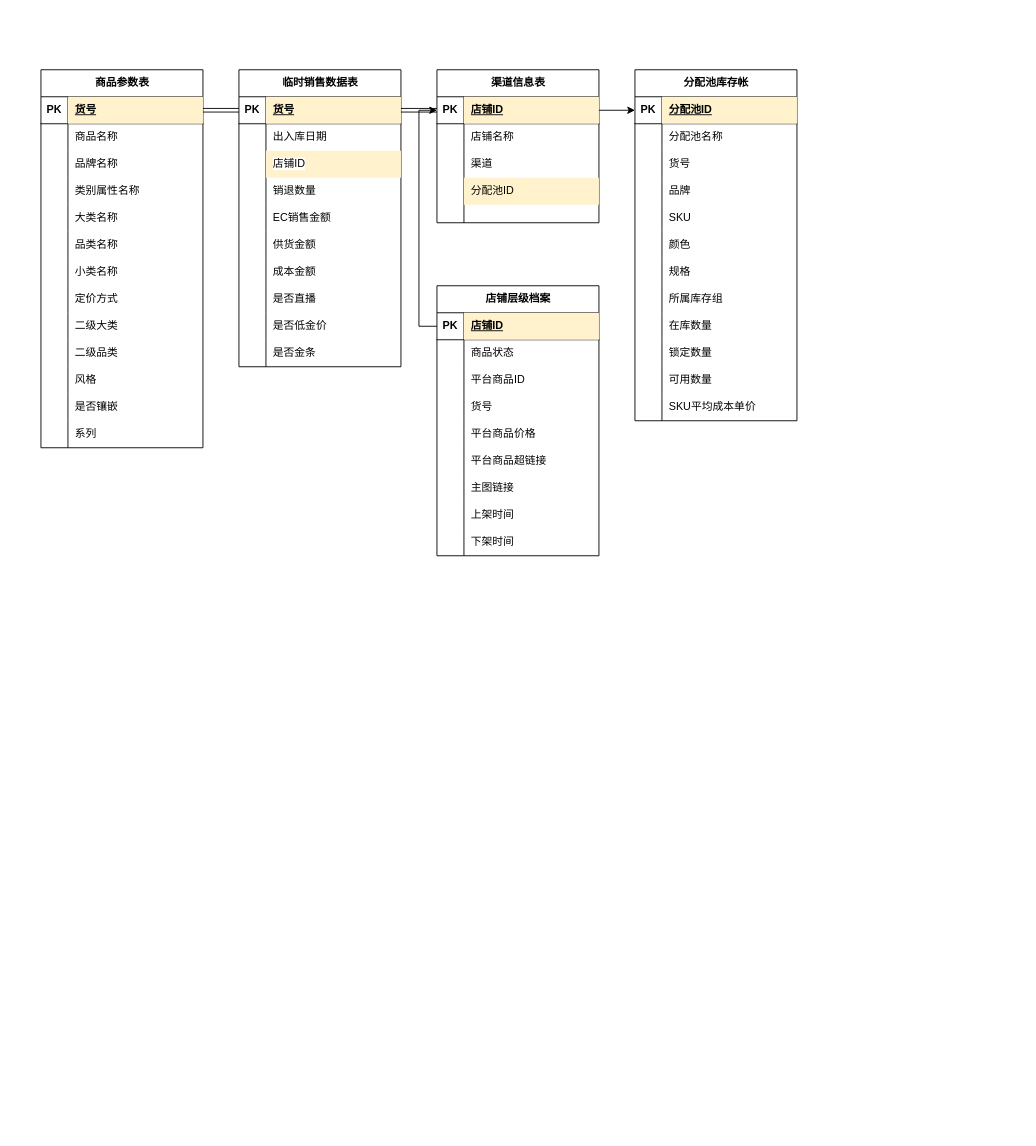
1096372647/my-project keeps this draw.io diagram as 销售库存模型.drawio. Above is the earlier version. Source tidied: cells renumbered, new cells numbered last; positions are measured from the earlier drawing's top-left corner, leaving out a move shared by most shapes. Both pictures are drawn from the tidied source at 90%, with x=0, y=0 at pixel (40, 69).
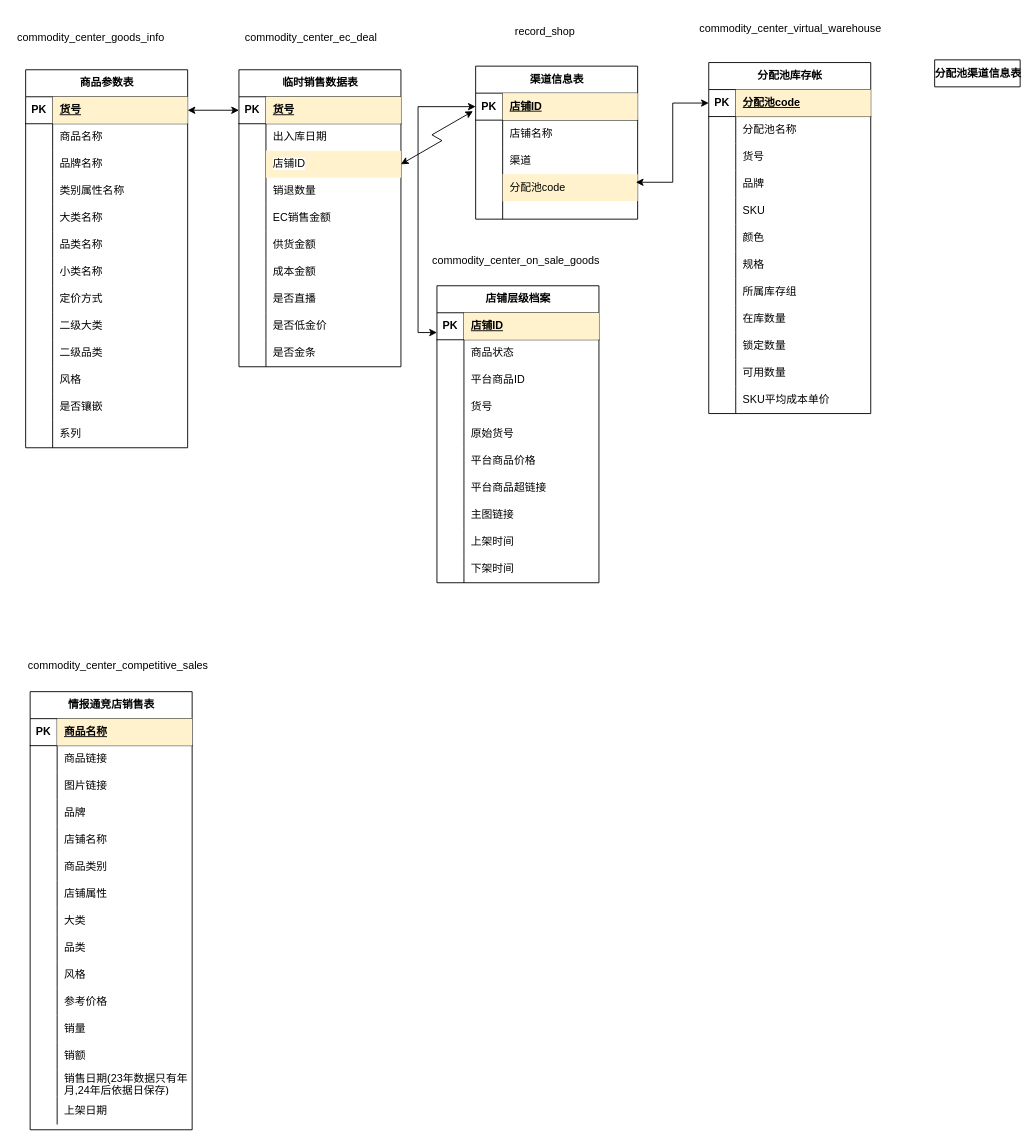
The same diagram, later.

Commit message:
更新销售库存模型.drawio

Unchanged cells that the change refers to:
```xml
<mxCell id="3" style="shape=tableRow;horizontal=0;startSize=0;swimlaneHead=0;swimlaneBody=0;fillColor=none;points=[[0,0.5],[1,0.5]];portConstraint=eastwest;top=0;left=0;right=0;bottom=1;" parent="2" vertex="1">
  <mxGeometry y="30" width="180" height="30" as="geometry" />
</mxCell>
<mxCell id="9" style="shape=tableRow;horizontal=0;startSize=0;swimlaneHead=0;swimlaneBody=0;fillColor=none;points=[[0,0.5],[1,0.5]];portConstraint=eastwest;top=0;left=0;right=0;bottom=0;" parent="2" vertex="1">
  <mxGeometry y="90" width="180" height="30" as="geometry" />
</mxCell>
<mxCell id="34" style="shape=tableRow;horizontal=0;startSize=0;swimlaneHead=0;swimlaneBody=0;fillColor=none;points=[[0,0.5],[1,0.5]];portConstraint=eastwest;top=0;left=0;right=0;bottom=1;" parent="33" vertex="1">
  <mxGeometry y="30" width="180" height="30" as="geometry" />
</mxCell>
<mxCell id="71" style="shape=tableRow;horizontal=0;startSize=0;swimlaneHead=0;swimlaneBody=0;fillColor=none;points=[[0,0.5],[1,0.5]];portConstraint=eastwest;top=0;left=0;right=0;bottom=1;" parent="70" vertex="1">
  <mxGeometry y="30" width="180" height="30" as="geometry" />
</mxCell>
<mxCell id="80" style="shape=tableRow;horizontal=0;startSize=0;swimlaneHead=0;swimlaneBody=0;fillColor=none;points=[[0,0.5],[1,0.5]];portConstraint=eastwest;top=0;left=0;right=0;bottom=0;" parent="70" vertex="1">
  <mxGeometry y="120" width="180" height="30" as="geometry" />
</mxCell>
<mxCell id="87" style="shape=tableRow;horizontal=0;startSize=0;swimlaneHead=0;swimlaneBody=0;fillColor=none;points=[[0,0.5],[1,0.5]];portConstraint=eastwest;top=0;left=0;right=0;bottom=1;" parent="86" vertex="1">
  <mxGeometry y="30" width="180" height="30" as="geometry" />
</mxCell>
<mxCell id="128" style="shape=tableRow;horizontal=0;startSize=0;swimlaneHead=0;swimlaneBody=0;fillColor=none;points=[[0,0.5],[1,0.5]];portConstraint=eastwest;top=0;left=0;right=0;bottom=1;" parent="127" vertex="1">
  <mxGeometry y="30" width="180" height="30" as="geometry" />
</mxCell>
```

What changed in the source:
```diff
@@
     <mxCell id="33" value="分配池库存帐" style="shape=table;startSize=30;childLayout=tableLayout;rowLines=0;fontStyle=1;align=center;html=1;" parent="1" vertex="1">
-      <mxGeometry x="660" width="180" height="390" as="geometry" />
+      <mxGeometry x="742" y="-8" width="180" height="390" as="geometry" />
     </mxCell>
@@
-    <mxCell id="36" value="分配池ID" style="shape=partialRectangle;fillColor=#fff2cc;top=0;left=0;bottom=0;right=0;align=left;spacingLeft=6;fontStyle=5;overflow=hidden;whiteSpace=wrap;html=1;strokeColor=#d6b656;" parent="34" vertex="1">
+    <mxCell id="36" value="分配池code" style="shape=partialRectangle;fillColor=#fff2cc;top=0;left=0;bottom=0;right=0;align=left;spacingLeft=6;fontStyle=5;overflow=hidden;whiteSpace=wrap;html=1;strokeColor=#d6b656;" parent="34" vertex="1">
       <mxGeometry x="30" width="150" height="30" as="geometry" />
     </mxCell>
@@
     <mxCell id="70" value="渠道信息表" style="shape=table;startSize=30;childLayout=tableLayout;rowLines=0;fontStyle=1;align=center;html=1;" parent="1" vertex="1">
-      <mxGeometry x="440" width="180" height="170" as="geometry" />
+      <mxGeometry x="483" y="-4" width="180" height="170" as="geometry" />
     </mxCell>
@@
-    <mxCell id="82" value="分配池ID" style="shape=partialRectangle;fillColor=#fff2cc;top=0;left=0;bottom=0;right=0;align=left;spacingLeft=6;overflow=hidden;whiteSpace=wrap;html=1;strokeColor=#d6b656;" parent="80" vertex="1">
+    <mxCell id="82" value="分配池code" style="shape=partialRectangle;fillColor=#fff2cc;top=0;left=0;bottom=0;right=0;align=left;spacingLeft=6;overflow=hidden;whiteSpace=wrap;html=1;strokeColor=#d6b656;" parent="80" vertex="1">
       <mxGeometry x="30" width="150" height="30" as="geometry" />
     </mxCell>
@@
     <mxCell id="86" value="商品参数表" style="shape=table;startSize=30;childLayout=tableLayout;rowLines=0;fontStyle=1;align=center;html=1;" parent="1" vertex="1">
-      <mxGeometry width="180" height="420" as="geometry" />
+      <mxGeometry x="-17" width="180" height="420" as="geometry" />
     </mxCell>
@@
     <mxCell id="127" value="店铺层级档案" style="shape=table;startSize=30;childLayout=tableLayout;rowLines=0;fontStyle=1;align=center;html=1;" parent="1" vertex="1">
-      <mxGeometry x="440" y="240" width="180" height="300" as="geometry" />
+      <mxGeometry x="440" y="240" width="180" height="330" as="geometry" />
     </mxCell>
@@
+    <mxCell id="159" style="shape=tableRow;horizontal=0;startSize=0;swimlaneHead=0;swimlaneBody=0;fillColor=none;top=0;left=0;right=0;bottom=0;" parent="127" vertex="1">
+      <mxGeometry y="150" width="180" height="30" as="geometry" />
+    </mxCell>
+    <mxCell id="160" style="shape=partialRectangle;fillColor=none;top=0;left=0;bottom=0;right=0;overflow=hidden;whiteSpace=wrap;html=1;" parent="159" vertex="1">
+      <mxGeometry width="30" height="30" as="geometry" />
+    </mxCell>
+    <mxCell id="161" value="原始货号" style="shape=partialRectangle;fillColor=none;top=0;left=0;bottom=0;right=0;align=left;spacingLeft=6;overflow=hidden;whiteSpace=wrap;html=1;" parent="159" vertex="1">
+      <mxGeometry x="30" width="150" height="30" as="geometry" />
+    </mxCell>
     <mxCell id="140" style="shape=tableRow;horizontal=0;startSize=0;swimlaneHead=0;swimlaneBody=0;fillColor=none;top=0;left=0;right=0;bottom=0;" parent="127" vertex="1">
-      <mxGeometry y="150" width="180" height="30" as="geometry" />
+      <mxGeometry y="180" width="180" height="30" as="geometry" />
     </mxCell>
@@
     <mxCell id="143" style="shape=tableRow;horizontal=0;startSize=0;swimlaneHead=0;swimlaneBody=0;fillColor=none;top=0;left=0;right=0;bottom=0;" parent="127" vertex="1">
-      <mxGeometry y="180" width="180" height="30" as="geometry" />
+      <mxGeometry y="210" width="180" height="30" as="geometry" />
     </mxCell>
@@
     <mxCell id="146" style="shape=tableRow;horizontal=0;startSize=0;swimlaneHead=0;swimlaneBody=0;fillColor=none;top=0;left=0;right=0;bottom=0;" parent="127" vertex="1">
-      <mxGeometry y="210" width="180" height="30" as="geometry" />
+      <mxGeometry y="240" width="180" height="30" as="geometry" />
     </mxCell>
@@
     <mxCell id="149" style="shape=tableRow;horizontal=0;startSize=0;swimlaneHead=0;swimlaneBody=0;fillColor=none;top=0;left=0;right=0;bottom=0;" parent="127" vertex="1">
-      <mxGeometry y="240" width="180" height="30" as="geometry" />
+      <mxGeometry y="270" width="180" height="30" as="geometry" />
     </mxCell>
@@
     <mxCell id="152" style="shape=tableRow;horizontal=0;startSize=0;swimlaneHead=0;swimlaneBody=0;fillColor=none;top=0;left=0;right=0;bottom=0;" parent="127" vertex="1">
-      <mxGeometry y="270" width="180" height="30" as="geometry" />
+      <mxGeometry y="300" width="180" height="30" as="geometry" />
     </mxCell>
@@
+    <mxCell id="162" style="endArrow=classic;startArrow=classic;html=1;rounded=0;exitX=1;exitY=0.5;exitDx=0;exitDy=0;edgeStyle=isometricEdgeStyle;" parent="1" edge="1" source="9">
+      <mxGeometry relative="1" as="geometry">
+        <mxPoint x="480" y="46" as="targetPoint" />
+      </mxGeometry>
+    </mxCell>
-    <mxCell id="155" style="rounded=0;jettySize=auto;html=1;exitX=0;exitY=0.5;exitDx=0;exitDy=0;entryX=0;entryY=0.5;entryDx=0;entryDy=0;edgeStyle=orthogonalEdgeStyle;" parent="1" edge="1" source="128" target="71">
-      <mxGeometry relative="1" as="geometry" />
+    <mxCell id="155" style="endArrow=classic;startArrow=classic;html=1;rounded=0;exitX=0;exitY=0.733;exitDx=0;exitDy=0;exitPerimeter=0;entryX=0;entryY=0.5;entryDx=0;entryDy=0;edgeStyle=orthogonalEdgeStyle;" parent="1" edge="1" source="128" target="71">
+      <mxGeometry relative="1" as="geometry">
+        <Array as="points">
+          <mxPoint x="419" y="292" />
+          <mxPoint x="419" y="41" />
+        </Array>
+      </mxGeometry>
     </mxCell>
-    <mxCell id="156" style="edgeStyle=orthogonalEdgeStyle;rounded=0;jettySize=auto;html=1;exitX=1;exitY=0.5;exitDx=0;exitDy=0;entryX=0;entryY=0.5;entryDx=0;entryDy=0;shape=link;" parent="1" edge="1" source="87" target="3">
+    <mxCell id="156" style="endArrow=classic;startArrow=classic;html=1;rounded=0;exitX=1;exitY=0.5;exitDx=0;exitDy=0;entryX=0;entryY=0.5;entryDx=0;entryDy=0;" parent="1" edge="1" source="87" target="3">
       <mxGeometry relative="1" as="geometry" />
     </mxCell>
-    <mxCell id="157" style="edgeStyle=orthogonalEdgeStyle;rounded=0;jettySize=auto;html=1;exitX=1;exitY=0.5;exitDx=0;exitDy=0;shape=link;" parent="1" edge="1" source="3">
-      <mxGeometry relative="1" as="geometry">
-        <mxPoint x="440" y="45" as="targetPoint" />
-      </mxGeometry>
-    </mxCell>
-    <mxCell id="158" style="edgeStyle=orthogonalEdgeStyle;rounded=0;jettySize=auto;html=1;exitX=1;exitY=0.5;exitDx=0;exitDy=0;" parent="1" edge="1" source="71" target="34">
-      <mxGeometry relative="1" as="geometry" />
-    </mxCell>
+    <mxCell id="163" value="分配池渠道信息表" style="shape=table;startSize=30;childLayout=tableLayout;rowLines=0;fontStyle=1;align=center;html=1;" parent="1" vertex="1" collapsed="1">
+      <mxGeometry x="993" y="-11" width="95" height="30" as="geometry" />
+    </mxCell>
+    <mxCell id="164" style="endArrow=classic;startArrow=classic;html=1;rounded=0;exitX=0;exitY=0.5;exitDx=0;exitDy=0;entryX=0.989;entryY=0.3;entryDx=0;entryDy=0;edgeStyle=elbowEdgeStyle;entryPerimeter=0;" parent="1" edge="1" source="34" target="80">
+      <mxGeometry relative="1" as="geometry" />
+    </mxCell>
+    <mxCell id="165" value="情报通竞店销售表" style="shape=table;startSize=30;childLayout=tableLayout;rowLines=0;fontStyle=1;align=center;html=1;fillColor=default;" parent="1" vertex="1">
+      <mxGeometry x="-12" y="691" width="180" height="486.8" as="geometry" />
+    </mxCell>
+    <mxCell id="166" style="shape=tableRow;horizontal=0;startSize=0;swimlaneHead=0;swimlaneBody=0;fillColor=none;top=0;left=0;right=0;bottom=1;" parent="165" vertex="1">
+      <mxGeometry y="30" width="180" height="30" as="geometry" />
+    </mxCell>
+    <mxCell id="167" value="PK" style="shape=partialRectangle;fillColor=none;top=0;left=0;bottom=0;right=0;fontStyle=1;overflow=hidden;whiteSpace=wrap;html=1;" parent="166" vertex="1">
+      <mxGeometry width="30" height="30" as="geometry" />
+    </mxCell>
+    <mxCell id="168" value="商品名称" style="shape=partialRectangle;fillColor=#fff2cc;top=0;left=0;bottom=0;right=0;align=left;spacingLeft=6;fontStyle=5;overflow=hidden;whiteSpace=wrap;html=1;strokeColor=#d6b656;" parent="166" vertex="1">
+      <mxGeometry x="30" width="150" height="30" as="geometry" />
+    </mxCell>
+    <mxCell id="169" style="shape=tableRow;horizontal=0;startSize=0;swimlaneHead=0;swimlaneBody=0;fillColor=none;top=0;left=0;right=0;bottom=0;" parent="165" vertex="1">
+      <mxGeometry y="60" width="180" height="30" as="geometry" />
+    </mxCell>
+    <mxCell id="170" style="shape=partialRectangle;fillColor=none;top=0;left=0;bottom=0;right=0;overflow=hidden;whiteSpace=wrap;html=1;" parent="169" vertex="1">
+      <mxGeometry width="30" height="30" as="geometry" />
+    </mxCell>
+    <mxCell id="171" value="商品链接" style="shape=partialRectangle;fillColor=none;top=0;left=0;bottom=0;right=0;align=left;spacingLeft=6;overflow=hidden;whiteSpace=wrap;html=1;" parent="169" vertex="1">
+      <mxGeometry x="30" width="150" height="30" as="geometry" />
+    </mxCell>
+    <mxCell id="172" style="shape=tableRow;horizontal=0;startSize=0;swimlaneHead=0;swimlaneBody=0;fillColor=none;top=0;left=0;right=0;bottom=0;" parent="165" vertex="1">
+      <mxGeometry y="90" width="180" height="30" as="geometry" />
+    </mxCell>
+    <mxCell id="173" style="shape=partialRectangle;fillColor=none;top=0;left=0;bottom=0;right=0;overflow=hidden;whiteSpace=wrap;html=1;" parent="172" vertex="1">
+      <mxGeometry width="30" height="30" as="geometry" />
+    </mxCell>
+    <mxCell id="174" value="图片链接" style="shape=partialRectangle;fillColor=none;top=0;left=0;bottom=0;right=0;align=left;spacingLeft=6;overflow=hidden;whiteSpace=wrap;html=1;strokeColor=#d6b656;" parent="172" vertex="1">
+      <mxGeometry x="30" width="150" height="30" as="geometry" />
+    </mxCell>
+    <mxCell id="175" style="shape=tableRow;horizontal=0;startSize=0;swimlaneHead=0;swimlaneBody=0;fillColor=none;top=0;left=0;right=0;bottom=0;" parent="165" vertex="1">
+      <mxGeometry y="120" width="180" height="30" as="geometry" />
+    </mxCell>
+    <mxCell id="176" style="shape=partialRectangle;fillColor=none;top=0;left=0;bottom=0;right=0;overflow=hidden;whiteSpace=wrap;html=1;" parent="175" vertex="1">
+      <mxGeometry width="30" height="30" as="geometry" />
+    </mxCell>
+    <mxCell id="177" value="品牌" style="shape=partialRectangle;fillColor=none;top=0;left=0;bottom=0;right=0;align=left;spacingLeft=6;overflow=hidden;whiteSpace=wrap;html=1;" parent="175" vertex="1">
+      <mxGeometry x="30" width="150" height="30" as="geometry" />
+    </mxCell>
+    <mxCell id="178" style="shape=tableRow;horizontal=0;startSize=0;swimlaneHead=0;swimlaneBody=0;fillColor=none;top=0;left=0;right=0;bottom=0;" parent="165" vertex="1">
+      <mxGeometry y="150" width="180" height="30" as="geometry" />
+    </mxCell>
+    <mxCell id="179" style="shape=partialRectangle;fillColor=none;top=0;left=0;bottom=0;right=0;overflow=hidden;whiteSpace=wrap;html=1;" parent="178" vertex="1">
+      <mxGeometry width="30" height="30" as="geometry" />
+    </mxCell>
+    <mxCell id="180" value="店铺名称" style="shape=partialRectangle;fillColor=none;top=0;left=0;bottom=0;right=0;align=left;spacingLeft=6;overflow=hidden;whiteSpace=wrap;html=1;" parent="178" vertex="1">
+      <mxGeometry x="30" width="150" height="30" as="geometry" />
+    </mxCell>
+    <mxCell id="181" style="shape=tableRow;horizontal=0;startSize=0;swimlaneHead=0;swimlaneBody=0;fillColor=none;top=0;left=0;right=0;bottom=0;" parent="165" vertex="1">
+      <mxGeometry y="180" width="180" height="30" as="geometry" />
+    </mxCell>
+    <mxCell id="182" style="shape=partialRectangle;fillColor=none;top=0;left=0;bottom=0;right=0;overflow=hidden;whiteSpace=wrap;html=1;" parent="181" vertex="1">
+      <mxGeometry width="30" height="30" as="geometry" />
+    </mxCell>
+    <mxCell id="183" value="商品类别" style="shape=partialRectangle;fillColor=none;top=0;left=0;bottom=0;right=0;align=left;spacingLeft=6;overflow=hidden;whiteSpace=wrap;html=1;" parent="181" vertex="1">
+      <mxGeometry x="30" width="150" height="30" as="geometry" />
+    </mxCell>
+    <mxCell id="184" style="shape=tableRow;horizontal=0;startSize=0;swimlaneHead=0;swimlaneBody=0;fillColor=none;top=0;left=0;right=0;bottom=0;" parent="165" vertex="1">
+      <mxGeometry y="210" width="180" height="30" as="geometry" />
+    </mxCell>
+    <mxCell id="185" style="shape=partialRectangle;fillColor=none;top=0;left=0;bottom=0;right=0;overflow=hidden;whiteSpace=wrap;html=1;" parent="184" vertex="1">
+      <mxGeometry width="30" height="30" as="geometry" />
+    </mxCell>
+    <mxCell id="186" value="店铺属性" style="shape=partialRectangle;fillColor=none;top=0;left=0;bottom=0;right=0;align=left;spacingLeft=6;overflow=hidden;whiteSpace=wrap;html=1;" parent="184" vertex="1">
+      <mxGeometry x="30" width="150" height="30" as="geometry" />
+    </mxCell>
+    <mxCell id="187" style="shape=tableRow;horizontal=0;startSize=0;swimlaneHead=0;swimlaneBody=0;fillColor=none;top=0;left=0;right=0;bottom=0;" parent="165" vertex="1">
+      <mxGeometry y="240" width="180" height="30" as="geometry" />
+    </mxCell>
+    <mxCell id="188" style="shape=partialRectangle;fillColor=none;top=0;left=0;bottom=0;right=0;overflow=hidden;whiteSpace=wrap;html=1;" parent="187" vertex="1">
+      <mxGeometry width="30" height="30" as="geometry" />
+    </mxCell>
+    <mxCell id="189" value="大类" style="shape=partialRectangle;fillColor=none;top=0;left=0;bottom=0;right=0;align=left;spacingLeft=6;overflow=hidden;whiteSpace=wrap;html=1;" parent="187" vertex="1">
+      <mxGeometry x="30" width="150" height="30" as="geometry" />
+    </mxCell>
+    <mxCell id="190" style="shape=tableRow;horizontal=0;startSize=0;swimlaneHead=0;swimlaneBody=0;fillColor=none;top=0;left=0;right=0;bottom=0;" parent="165" vertex="1">
+      <mxGeometry y="270" width="180" height="30" as="geometry" />
+    </mxCell>
+    <mxCell id="191" style="shape=partialRectangle;fillColor=none;top=0;left=0;bottom=0;right=0;overflow=hidden;whiteSpace=wrap;html=1;" parent="190" vertex="1">
+      <mxGeometry width="30" height="30" as="geometry" />
+    </mxCell>
+    <mxCell id="192" value="品类" style="shape=partialRectangle;fillColor=none;top=0;left=0;bottom=0;right=0;align=left;spacingLeft=6;overflow=hidden;whiteSpace=wrap;html=1;" parent="190" vertex="1">
+      <mxGeometry x="30" width="150" height="30" as="geometry" />
+    </mxCell>
+    <mxCell id="193" style="shape=tableRow;horizontal=0;startSize=0;swimlaneHead=0;swimlaneBody=0;fillColor=none;top=0;left=0;right=0;bottom=0;" parent="165" vertex="1">
+      <mxGeometry y="300" width="180" height="30" as="geometry" />
+    </mxCell>
+    <mxCell id="194" style="shape=partialRectangle;fillColor=none;top=0;left=0;bottom=0;right=0;overflow=hidden;whiteSpace=wrap;html=1;" parent="193" vertex="1">
+      <mxGeometry width="30" height="30" as="geometry" />
+    </mxCell>
+    <mxCell id="195" value="风格" style="shape=partialRectangle;fillColor=none;top=0;left=0;bottom=0;right=0;align=left;spacingLeft=6;overflow=hidden;whiteSpace=wrap;html=1;" parent="193" vertex="1">
+      <mxGeometry x="30" width="150" height="30" as="geometry" />
+    </mxCell>
+    <mxCell id="196" style="shape=tableRow;horizontal=0;startSize=0;swimlaneHead=0;swimlaneBody=0;fillColor=none;top=0;left=0;right=0;bottom=0;" parent="165" vertex="1">
+      <mxGeometry y="330" width="180" height="30" as="geometry" />
+    </mxCell>
+    <mxCell id="197" style="shape=partialRectangle;fillColor=none;top=0;left=0;bottom=0;right=0;overflow=hidden;whiteSpace=wrap;html=1;" parent="196" vertex="1">
+      <mxGeometry width="30" height="30" as="geometry" />
+    </mxCell>
+    <mxCell id="198" value="参考价格" style="shape=partialRectangle;fillColor=none;top=0;left=0;bottom=0;right=0;align=left;spacingLeft=6;overflow=hidden;whiteSpace=wrap;html=1;" parent="196" vertex="1">
+      <mxGeometry x="30" width="150" height="30" as="geometry" />
+    </mxCell>
+    <mxCell id="199" style="shape=tableRow;horizontal=0;startSize=0;swimlaneHead=0;swimlaneBody=0;fillColor=none;top=0;left=0;right=0;bottom=0;" parent="165" vertex="1">
+      <mxGeometry y="360" width="180" height="30" as="geometry" />
+    </mxCell>
+    <mxCell id="200" style="shape=partialRectangle;fillColor=none;top=0;left=0;bottom=0;right=0;overflow=hidden;whiteSpace=wrap;html=1;" parent="199" vertex="1">
+      <mxGeometry width="30" height="30" as="geometry" />
+    </mxCell>
+    <mxCell id="201" value="销量" style="shape=partialRectangle;fillColor=none;top=0;left=0;bottom=0;right=0;align=left;spacingLeft=6;overflow=hidden;whiteSpace=wrap;html=1;" parent="199" vertex="1">
+      <mxGeometry x="30" width="150" height="30" as="geometry" />
+    </mxCell>
+    <mxCell id="202" style="shape=tableRow;horizontal=0;startSize=0;swimlaneHead=0;swimlaneBody=0;fillColor=none;top=0;left=0;right=0;bottom=0;" parent="165" vertex="1">
+      <mxGeometry y="390" width="180" height="30" as="geometry" />
+    </mxCell>
+    <mxCell id="203" style="shape=partialRectangle;fillColor=none;top=0;left=0;bottom=0;right=0;overflow=hidden;whiteSpace=wrap;html=1;" parent="202" vertex="1">
+      <mxGeometry width="30" height="30" as="geometry" />
+    </mxCell>
+    <mxCell id="204" value="销额" style="shape=partialRectangle;fillColor=none;top=0;left=0;bottom=0;right=0;align=left;spacingLeft=6;overflow=hidden;whiteSpace=wrap;html=1;" parent="202" vertex="1">
+      <mxGeometry x="30" width="150" height="30" as="geometry" />
+    </mxCell>
+    <mxCell id="205" style="shape=tableRow;horizontal=0;startSize=0;swimlaneHead=0;swimlaneBody=0;fillColor=none;top=0;left=0;right=0;bottom=0;" parent="165" vertex="1">
+      <mxGeometry y="420" width="180" height="30" as="geometry" />
+    </mxCell>
+    <mxCell id="206" style="shape=partialRectangle;fillColor=none;top=0;left=0;bottom=0;right=0;overflow=hidden;whiteSpace=wrap;html=1;" parent="205" vertex="1">
+      <mxGeometry width="30" height="30" as="geometry" />
+    </mxCell>
+    <mxCell id="207" value="销售日期(23年数据只有年月,24年后依据日保存)" style="shape=partialRectangle;fillColor=none;top=0;left=0;bottom=0;right=0;align=left;spacingLeft=6;overflow=hidden;whiteSpace=wrap;html=1;" parent="205" vertex="1">
+      <mxGeometry x="30" width="150" height="30" as="geometry" />
+    </mxCell>
+    <mxCell id="208" style="shape=tableRow;horizontal=0;startSize=0;swimlaneHead=0;swimlaneBody=0;fillColor=none;top=0;left=0;right=0;bottom=0;" parent="165" vertex="1">
+      <mxGeometry y="450" width="180" height="31" as="geometry" />
+    </mxCell>
+    <mxCell id="209" style="shape=partialRectangle;fillColor=none;top=0;left=0;bottom=0;right=0;overflow=hidden;whiteSpace=wrap;html=1;" parent="208" vertex="1">
+      <mxGeometry width="30" height="31" as="geometry" />
+    </mxCell>
+    <mxCell id="210" value="上架日期" style="shape=partialRectangle;fillColor=none;top=0;left=0;bottom=0;right=0;align=left;spacingLeft=6;overflow=hidden;whiteSpace=wrap;html=1;" parent="208" vertex="1">
+      <mxGeometry x="30" width="150" height="31" as="geometry" />
+    </mxCell>
+    <mxCell id="211" value="commodity_center_competitive_sales" style="text;html=1;strokeColor=none;fillColor=none;align=center;verticalAlign=middle;whiteSpace=wrap;rounded=0;" parent="1" vertex="1">
+      <mxGeometry x="56" y="647" width="60" height="30" as="geometry" />
+    </mxCell>
+    <mxCell id="212" value="commodity_center_goods_info" style="text;whiteSpace=wrap;" parent="1" vertex="1">
+      <mxGeometry x="-28" y="-49" width="191" height="36" as="geometry" />
+    </mxCell>
+    <mxCell id="213" value="commodity_center_ec_deal" style="text;whiteSpace=wrap;" parent="1" vertex="1">
+      <mxGeometry x="225" y="-49" width="175" height="36" as="geometry" />
+    </mxCell>
+    <mxCell id="214" value="record_shop" style="text;whiteSpace=wrap;" parent="1" vertex="1">
+      <mxGeometry x="525" y="-56" width="95" height="36" as="geometry" />
+    </mxCell>
+    <mxCell id="215" value="commodity_center_virtual_warehouse" style="text;whiteSpace=wrap;" parent="1" vertex="1">
+      <mxGeometry x="730" y="-60" width="230" height="36" as="geometry" />
+    </mxCell>
+    <mxCell id="216" value="commodity_center_on_sale_goods" style="text;whiteSpace=wrap;" parent="1" vertex="1">
+      <mxGeometry x="433" y="198" width="205" height="36" as="geometry" />
+    </mxCell>
```
